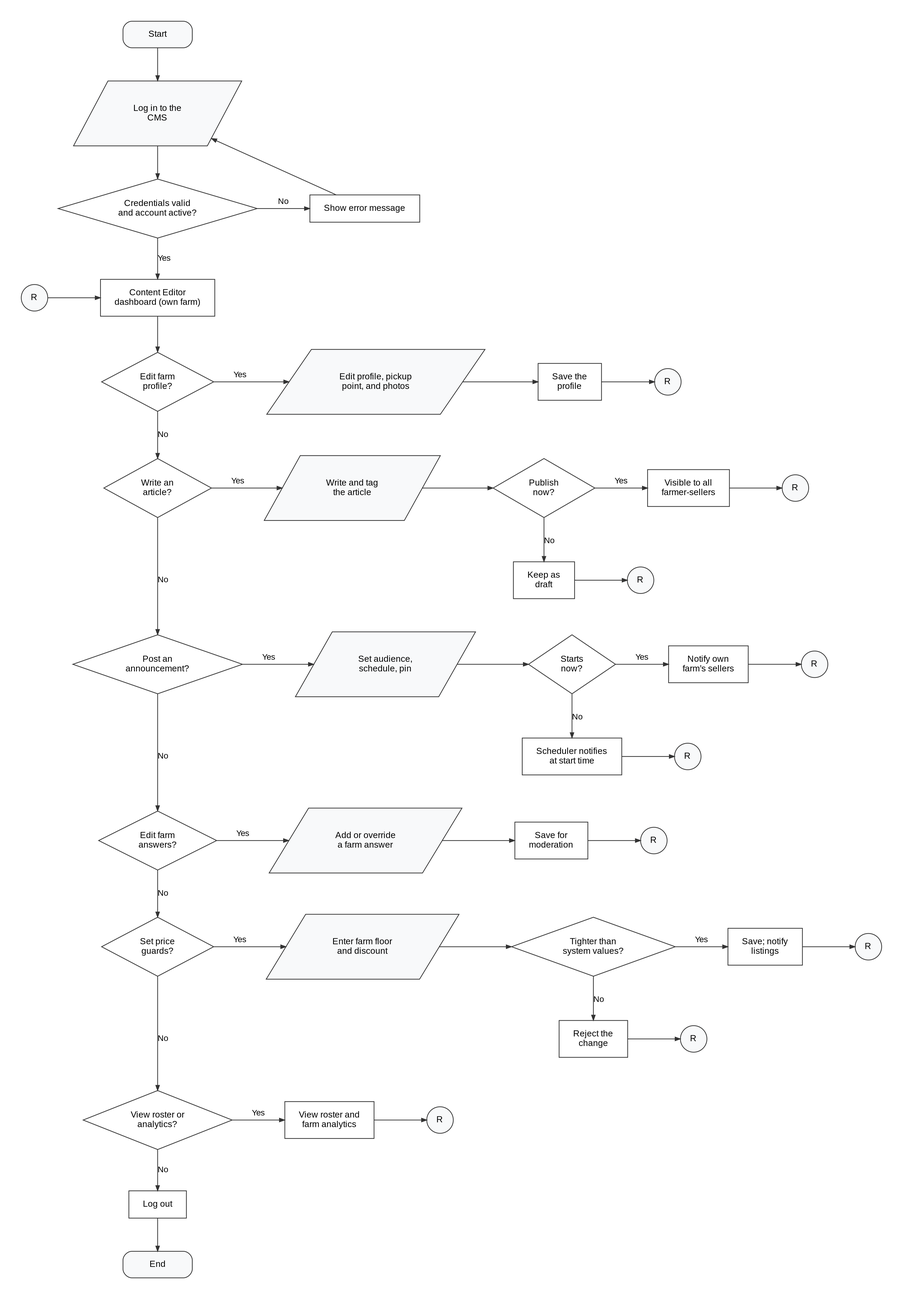
Earlier version of the Graphviz export docs/manuscript/figures/fig5c_flow_content_editor.png (shawncastaneda11-commits/anihow-backend). Its source is kept beside it as docs/manuscript/figures/src/fig5c_flow_content_editor.dot.
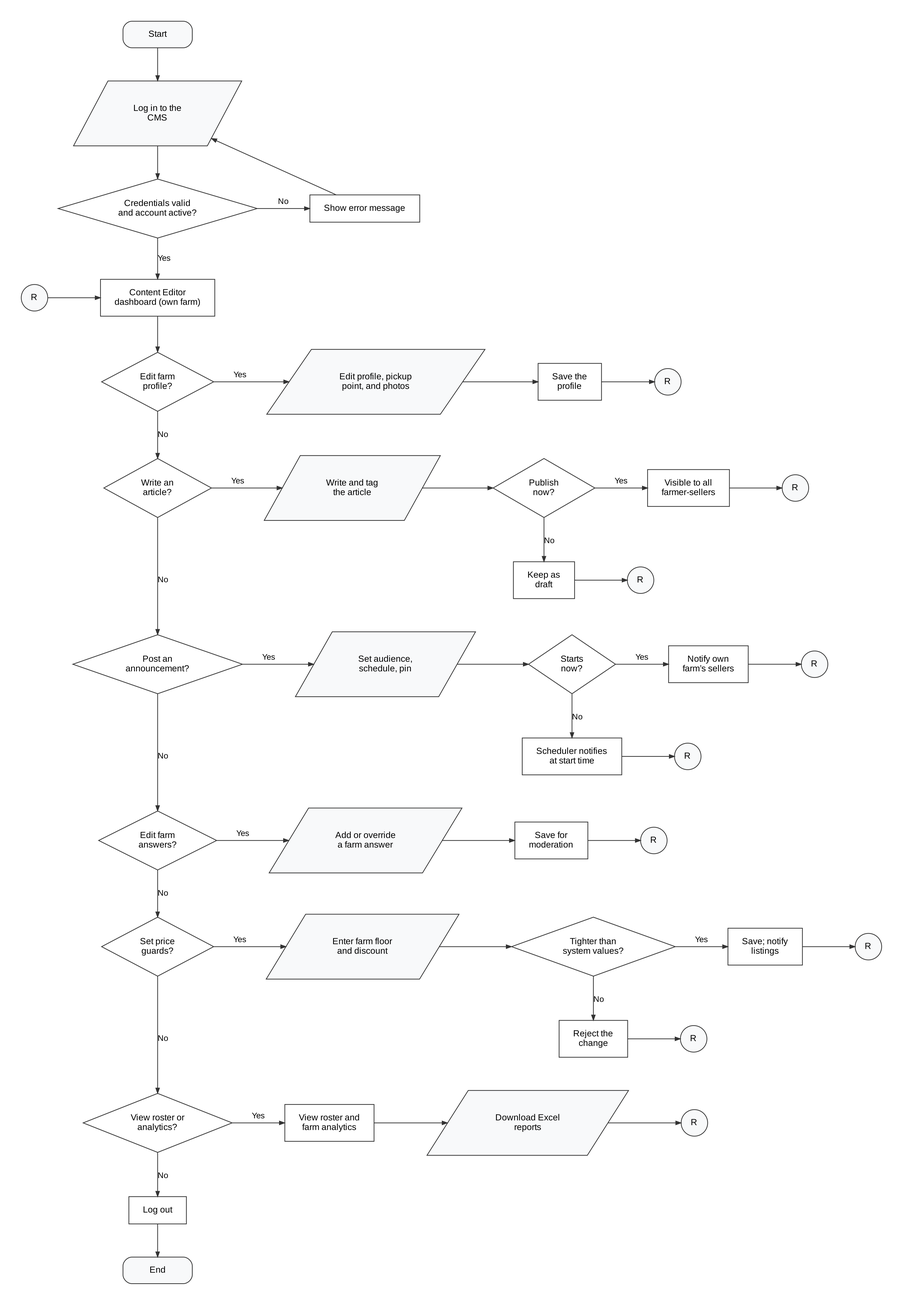
The same file after the commit.

Diff of the diagram source:
```diff
@@ -88,9 +88,11 @@
   q4 -> q5 [label="No", minlen=2];
   s5_0 [shape=box, label="View roster and\nfarm analytics"];
   q5 -> s5_0 [label="Yes"];
+  s5_1 [shape=parallelogram, fillcolor="#F8F9FA", label="Download Excel\nreports", margin="0.30,0.12"];
+  s5_0 -> s5_1;
   r5 [shape=circle, width=0.5, fixedsize=true, fillcolor="#F8F9FA", label="R"];
-  s5_0 -> r5;
-  {rank=same; q5; s5_0; r5}
+  s5_1 -> r5;
+  {rank=same; q5; s5_0; s5_1; r5}
   q5 -> lo [label="No"];
   lo -> end;
   s [group=trunk];
```
